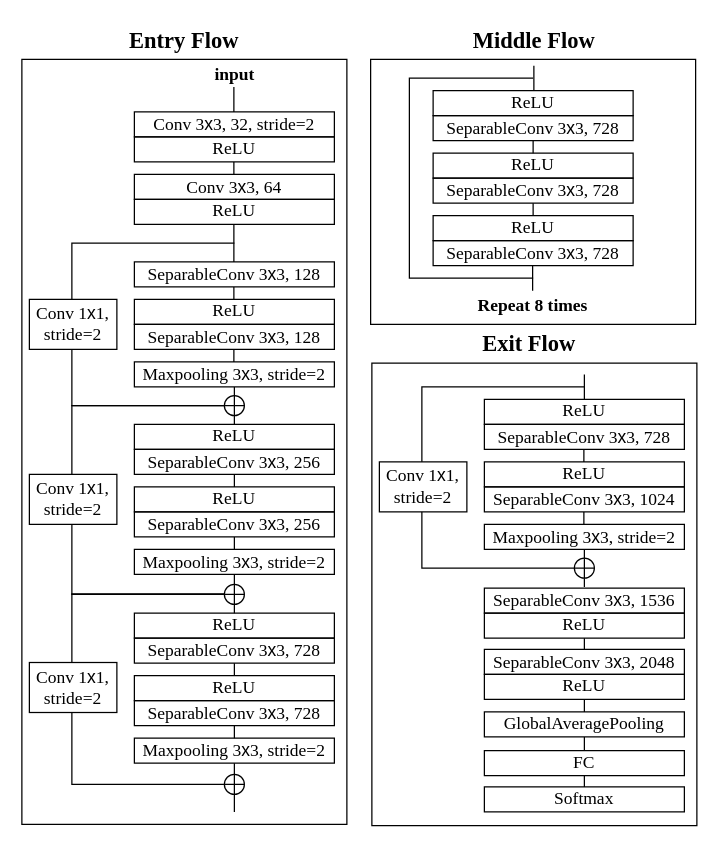
Earlier version of the draw.io diagram page "第 1 页" (1 of 4) of Xception.drawio (hcxisme/pyeege). Source tidied: cells renumbered, new cells numbered last; positions are measured from the earlier drawing's top-left corner, leaving out a move shared by most shapes. Both pictures are drawn from the tidied source at 125%, with x=0, y=0 at pixel (21, 21).
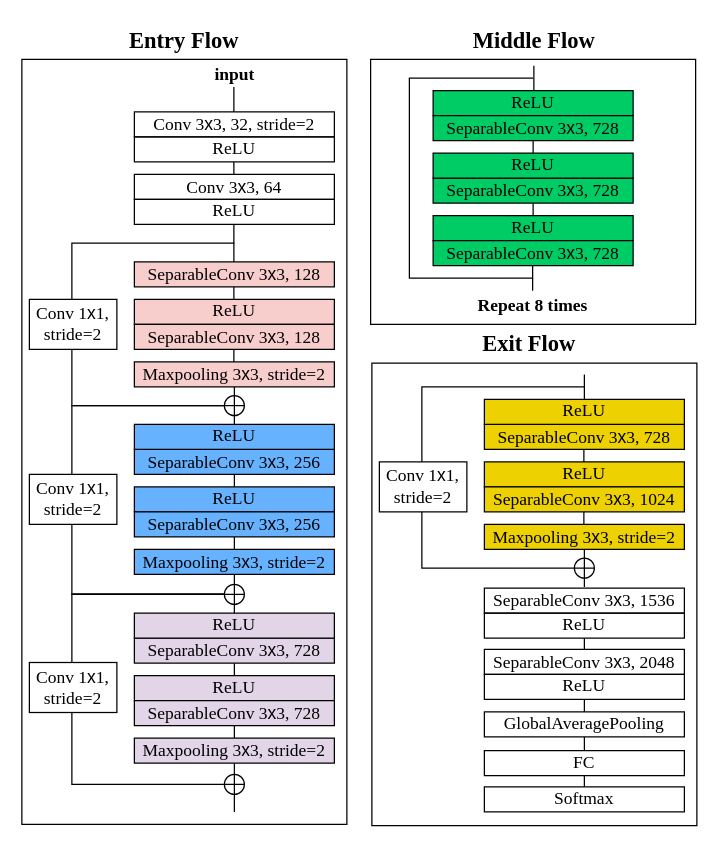
Above is the later version.

Diff of the diagram source:
```diff
@@
-    <mxCell id="7" value="&lt;font style=&quot;font-size: 14px;&quot;&gt;&lt;font face=&quot;Times New Roman&quot;&gt;SeparableConv 3&lt;/font&gt;x&lt;font face=&quot;Times New Roman&quot;&gt;3, 128&lt;/font&gt;&lt;/font&gt;" style="rounded=0;whiteSpace=wrap;html=1;fillColor=none;" parent="1" vertex="1">
+    <mxCell id="7" value="&lt;font style=&quot;font-size: 14px;&quot;&gt;&lt;font face=&quot;Times New Roman&quot;&gt;SeparableConv 3&lt;/font&gt;x&lt;font face=&quot;Times New Roman&quot;&gt;3, 128&lt;/font&gt;&lt;/font&gt;" style="rounded=0;whiteSpace=wrap;html=1;fillColor=#f8cecc;strokeColor=default;" parent="1" vertex="1">
       <mxGeometry x="90" y="192" width="160" height="20" as="geometry" />
     </mxCell>
-    <mxCell id="8" value="&lt;font face=&quot;Times New Roman&quot;&gt;&lt;span style=&quot;font-size: 14px;&quot;&gt;ReLU&lt;/span&gt;&lt;/font&gt;" style="rounded=0;whiteSpace=wrap;html=1;fillColor=none;" parent="1" vertex="1">
+    <mxCell id="8" value="&lt;font face=&quot;Times New Roman&quot;&gt;&lt;span style=&quot;font-size: 14px;&quot;&gt;ReLU&lt;/span&gt;&lt;/font&gt;" style="rounded=0;whiteSpace=wrap;html=1;fillColor=#f8cecc;strokeColor=default;" parent="1" vertex="1">
       <mxGeometry x="90" y="222" width="160" height="20" as="geometry" />
     </mxCell>
-    <mxCell id="9" value="&lt;font style=&quot;font-size: 14px;&quot;&gt;&lt;font face=&quot;Times New Roman&quot;&gt;SeparableConv 3&lt;/font&gt;x&lt;font face=&quot;Times New Roman&quot;&gt;3, 128&lt;/font&gt;&lt;/font&gt;" style="rounded=0;whiteSpace=wrap;html=1;fillColor=none;" parent="1" vertex="1">
+    <mxCell id="9" value="&lt;font style=&quot;font-size: 14px;&quot;&gt;&lt;font face=&quot;Times New Roman&quot;&gt;SeparableConv 3&lt;/font&gt;x&lt;font face=&quot;Times New Roman&quot;&gt;3, 128&lt;/font&gt;&lt;/font&gt;" style="rounded=0;whiteSpace=wrap;html=1;fillColor=#f8cecc;strokeColor=default;" parent="1" vertex="1">
       <mxGeometry x="90" y="242" width="160" height="20" as="geometry" />
     </mxCell>
@@
-    <mxCell id="11" value="&lt;font style=&quot;font-size: 14px;&quot;&gt;&lt;font face=&quot;Times New Roman&quot;&gt;Maxpooling&amp;nbsp;&lt;/font&gt;&lt;font style=&quot;border-color: var(--border-color);&quot; face=&quot;Times New Roman&quot;&gt;3&lt;/font&gt;&lt;font style=&quot;border-color: var(--border-color);&quot;&gt;x&lt;/font&gt;&lt;font style=&quot;border-color: var(--border-color);&quot; face=&quot;Times New Roman&quot;&gt;3&lt;/font&gt;&lt;font face=&quot;Times New Roman&quot;&gt;, stride=2&lt;/font&gt;&lt;/font&gt;" style="rounded=0;whiteSpace=wrap;html=1;fillColor=none;" parent="1" vertex="1">
+    <mxCell id="11" value="&lt;font style=&quot;font-size: 14px;&quot;&gt;&lt;font face=&quot;Times New Roman&quot;&gt;Maxpooling&amp;nbsp;&lt;/font&gt;&lt;font style=&quot;border-color: var(--border-color);&quot; face=&quot;Times New Roman&quot;&gt;3&lt;/font&gt;&lt;font style=&quot;border-color: var(--border-color);&quot;&gt;x&lt;/font&gt;&lt;font style=&quot;border-color: var(--border-color);&quot; face=&quot;Times New Roman&quot;&gt;3&lt;/font&gt;&lt;font face=&quot;Times New Roman&quot;&gt;, stride=2&lt;/font&gt;&lt;/font&gt;" style="rounded=0;whiteSpace=wrap;html=1;fillColor=#f8cecc;strokeColor=default;" parent="1" vertex="1">
       <mxGeometry x="90" y="272" width="160" height="20" as="geometry" />
     </mxCell>
@@
-    <mxCell id="13" value="&lt;font style=&quot;font-size: 14px;&quot;&gt;&lt;font face=&quot;Times New Roman&quot;&gt;SeparableConv 3&lt;/font&gt;x&lt;font face=&quot;Times New Roman&quot;&gt;3, 256&lt;/font&gt;&lt;/font&gt;" style="rounded=0;whiteSpace=wrap;html=1;fillColor=none;" parent="1" vertex="1">
+    <mxCell id="13" value="&lt;font style=&quot;font-size: 14px;&quot;&gt;&lt;font face=&quot;Times New Roman&quot;&gt;SeparableConv 3&lt;/font&gt;x&lt;font face=&quot;Times New Roman&quot;&gt;3, 256&lt;/font&gt;&lt;/font&gt;" style="rounded=0;whiteSpace=wrap;html=1;fillColor=#66B2FF;" parent="1" vertex="1">
       <mxGeometry x="90" y="342" width="160" height="20" as="geometry" />
     </mxCell>
-    <mxCell id="14" value="&lt;font face=&quot;Times New Roman&quot;&gt;&lt;span style=&quot;font-size: 14px;&quot;&gt;ReLU&lt;/span&gt;&lt;/font&gt;" style="rounded=0;whiteSpace=wrap;html=1;fillColor=none;" parent="1" vertex="1">
+    <mxCell id="14" value="&lt;font face=&quot;Times New Roman&quot;&gt;&lt;span style=&quot;font-size: 14px;&quot;&gt;ReLU&lt;/span&gt;&lt;/font&gt;" style="rounded=0;whiteSpace=wrap;html=1;fillColor=#66B2FF;" parent="1" vertex="1">
       <mxGeometry x="90" y="372" width="160" height="20" as="geometry" />
     </mxCell>
@@
-    <mxCell id="16" value="&lt;font style=&quot;font-size: 14px;&quot;&gt;&lt;font face=&quot;Times New Roman&quot;&gt;SeparableConv 3&lt;/font&gt;x&lt;font face=&quot;Times New Roman&quot;&gt;3, 256&lt;/font&gt;&lt;/font&gt;" style="rounded=0;whiteSpace=wrap;html=1;fillColor=none;" parent="1" vertex="1">
+    <mxCell id="16" value="&lt;font style=&quot;font-size: 14px;&quot;&gt;&lt;font face=&quot;Times New Roman&quot;&gt;SeparableConv 3&lt;/font&gt;x&lt;font face=&quot;Times New Roman&quot;&gt;3, 256&lt;/font&gt;&lt;/font&gt;" style="rounded=0;whiteSpace=wrap;html=1;fillColor=#66B2FF;" parent="1" vertex="1">
       <mxGeometry x="90" y="392" width="160" height="20" as="geometry" />
     </mxCell>
@@
-    <mxCell id="18" value="&lt;font style=&quot;font-size: 14px;&quot;&gt;&lt;font face=&quot;Times New Roman&quot;&gt;Maxpooling&amp;nbsp;&lt;/font&gt;&lt;font style=&quot;border-color: var(--border-color);&quot; face=&quot;Times New Roman&quot;&gt;3&lt;/font&gt;&lt;font style=&quot;border-color: var(--border-color);&quot;&gt;x&lt;/font&gt;&lt;font style=&quot;border-color: var(--border-color);&quot; face=&quot;Times New Roman&quot;&gt;3&lt;/font&gt;&lt;font face=&quot;Times New Roman&quot;&gt;, stride=2&lt;/font&gt;&lt;/font&gt;" style="rounded=0;whiteSpace=wrap;html=1;fillColor=none;" parent="1" vertex="1">
+    <mxCell id="18" value="&lt;font style=&quot;font-size: 14px;&quot;&gt;&lt;font face=&quot;Times New Roman&quot;&gt;Maxpooling&amp;nbsp;&lt;/font&gt;&lt;font style=&quot;border-color: var(--border-color);&quot; face=&quot;Times New Roman&quot;&gt;3&lt;/font&gt;&lt;font style=&quot;border-color: var(--border-color);&quot;&gt;x&lt;/font&gt;&lt;font style=&quot;border-color: var(--border-color);&quot; face=&quot;Times New Roman&quot;&gt;3&lt;/font&gt;&lt;font face=&quot;Times New Roman&quot;&gt;, stride=2&lt;/font&gt;&lt;/font&gt;" style="rounded=0;whiteSpace=wrap;html=1;fillColor=#66B2FF;" parent="1" vertex="1">
       <mxGeometry x="90" y="422" width="160" height="20" as="geometry" />
     </mxCell>
-    <mxCell id="19" value="&lt;font face=&quot;Times New Roman&quot;&gt;&lt;span style=&quot;font-size: 14px;&quot;&gt;ReLU&lt;/span&gt;&lt;/font&gt;" style="rounded=0;whiteSpace=wrap;html=1;fillColor=none;" parent="1" vertex="1">
+    <mxCell id="19" value="&lt;font face=&quot;Times New Roman&quot;&gt;&lt;span style=&quot;font-size: 14px;&quot;&gt;ReLU&lt;/span&gt;&lt;/font&gt;" style="rounded=0;whiteSpace=wrap;html=1;fillColor=#66B2FF;strokeColor=default;" parent="1" vertex="1">
       <mxGeometry x="90" y="322" width="160" height="20" as="geometry" />
     </mxCell>
@@
-    <mxCell id="28" value="&lt;font style=&quot;font-size: 14px;&quot;&gt;&lt;font face=&quot;Times New Roman&quot;&gt;SeparableConv 3&lt;/font&gt;x&lt;font face=&quot;Times New Roman&quot;&gt;3, 728&lt;/font&gt;&lt;/font&gt;" style="rounded=0;whiteSpace=wrap;html=1;fillColor=none;" parent="1" vertex="1">
+    <mxCell id="28" value="&lt;font style=&quot;font-size: 14px;&quot;&gt;&lt;font face=&quot;Times New Roman&quot;&gt;SeparableConv 3&lt;/font&gt;x&lt;font face=&quot;Times New Roman&quot;&gt;3, 728&lt;/font&gt;&lt;/font&gt;" style="rounded=0;whiteSpace=wrap;html=1;fillColor=#e1d5e7;strokeColor=default;" parent="1" vertex="1">
       <mxGeometry x="90" y="493" width="160" height="20" as="geometry" />
     </mxCell>
-    <mxCell id="29" value="&lt;font face=&quot;Times New Roman&quot;&gt;&lt;span style=&quot;font-size: 14px;&quot;&gt;ReLU&lt;/span&gt;&lt;/font&gt;" style="rounded=0;whiteSpace=wrap;html=1;fillColor=none;" parent="1" vertex="1">
+    <mxCell id="29" value="&lt;font face=&quot;Times New Roman&quot;&gt;&lt;span style=&quot;font-size: 14px;&quot;&gt;ReLU&lt;/span&gt;&lt;/font&gt;" style="rounded=0;whiteSpace=wrap;html=1;fillColor=#e1d5e7;strokeColor=default;" parent="1" vertex="1">
       <mxGeometry x="90" y="523" width="160" height="20" as="geometry" />
     </mxCell>
@@
-    <mxCell id="31" value="&lt;font style=&quot;font-size: 14px;&quot;&gt;&lt;font face=&quot;Times New Roman&quot;&gt;SeparableConv 3&lt;/font&gt;x&lt;font face=&quot;Times New Roman&quot;&gt;3, 728&lt;/font&gt;&lt;/font&gt;" style="rounded=0;whiteSpace=wrap;html=1;fillColor=none;" parent="1" vertex="1">
+    <mxCell id="31" value="&lt;font style=&quot;font-size: 14px;&quot;&gt;&lt;font face=&quot;Times New Roman&quot;&gt;SeparableConv 3&lt;/font&gt;x&lt;font face=&quot;Times New Roman&quot;&gt;3, 728&lt;/font&gt;&lt;/font&gt;" style="rounded=0;whiteSpace=wrap;html=1;fillColor=#e1d5e7;strokeColor=default;" parent="1" vertex="1">
       <mxGeometry x="90" y="543" width="160" height="20" as="geometry" />
     </mxCell>
@@
-    <mxCell id="33" value="&lt;font style=&quot;font-size: 14px;&quot;&gt;&lt;font face=&quot;Times New Roman&quot;&gt;Maxpooling&amp;nbsp;&lt;/font&gt;&lt;font style=&quot;border-color: var(--border-color);&quot; face=&quot;Times New Roman&quot;&gt;3&lt;/font&gt;&lt;font style=&quot;border-color: var(--border-color);&quot;&gt;x&lt;/font&gt;&lt;font style=&quot;border-color: var(--border-color);&quot; face=&quot;Times New Roman&quot;&gt;3&lt;/font&gt;&lt;font face=&quot;Times New Roman&quot;&gt;, stride=2&lt;/font&gt;&lt;/font&gt;" style="rounded=0;whiteSpace=wrap;html=1;fillColor=none;" parent="1" vertex="1">
+    <mxCell id="33" value="&lt;font style=&quot;font-size: 14px;&quot;&gt;&lt;font face=&quot;Times New Roman&quot;&gt;Maxpooling&amp;nbsp;&lt;/font&gt;&lt;font style=&quot;border-color: var(--border-color);&quot; face=&quot;Times New Roman&quot;&gt;3&lt;/font&gt;&lt;font style=&quot;border-color: var(--border-color);&quot;&gt;x&lt;/font&gt;&lt;font style=&quot;border-color: var(--border-color);&quot; face=&quot;Times New Roman&quot;&gt;3&lt;/font&gt;&lt;font face=&quot;Times New Roman&quot;&gt;, stride=2&lt;/font&gt;&lt;/font&gt;" style="rounded=0;whiteSpace=wrap;html=1;fillColor=#e1d5e7;strokeColor=default;" parent="1" vertex="1">
       <mxGeometry x="90" y="573" width="160" height="20" as="geometry" />
     </mxCell>
-    <mxCell id="34" value="&lt;font face=&quot;Times New Roman&quot;&gt;&lt;span style=&quot;font-size: 14px;&quot;&gt;ReLU&lt;/span&gt;&lt;/font&gt;" style="rounded=0;whiteSpace=wrap;html=1;fillColor=none;" parent="1" vertex="1">
+    <mxCell id="34" value="&lt;font face=&quot;Times New Roman&quot;&gt;&lt;span style=&quot;font-size: 14px;&quot;&gt;ReLU&lt;/span&gt;&lt;/font&gt;" style="rounded=0;whiteSpace=wrap;html=1;fillColor=#e1d5e7;strokeColor=default;" parent="1" vertex="1">
       <mxGeometry x="90" y="473" width="160" height="20" as="geometry" />
     </mxCell>
@@
-    <mxCell id="50" value="&lt;font face=&quot;Times New Roman&quot;&gt;&lt;span style=&quot;font-size: 14px;&quot;&gt;ReLU&lt;/span&gt;&lt;/font&gt;" style="rounded=0;whiteSpace=wrap;html=1;fillColor=none;" parent="1" vertex="1">
+    <mxCell id="50" value="&lt;font face=&quot;Times New Roman&quot;&gt;&lt;span style=&quot;font-size: 14px;&quot;&gt;ReLU&lt;/span&gt;&lt;/font&gt;" style="rounded=0;whiteSpace=wrap;html=1;fillColor=#00CC66;strokeColor=default;" parent="1" vertex="1">
       <mxGeometry x="329" y="55" width="160" height="20" as="geometry" />
     </mxCell>
@@
-    <mxCell id="52" value="&lt;font style=&quot;font-size: 14px;&quot;&gt;&lt;font face=&quot;Times New Roman&quot;&gt;SeparableConv 3&lt;/font&gt;x&lt;font face=&quot;Times New Roman&quot;&gt;3, 728&lt;/font&gt;&lt;/font&gt;" style="rounded=0;whiteSpace=wrap;html=1;fillColor=none;" parent="1" vertex="1">
+    <mxCell id="52" value="&lt;font style=&quot;font-size: 14px;&quot;&gt;&lt;font face=&quot;Times New Roman&quot;&gt;SeparableConv 3&lt;/font&gt;x&lt;font face=&quot;Times New Roman&quot;&gt;3, 728&lt;/font&gt;&lt;/font&gt;" style="rounded=0;whiteSpace=wrap;html=1;fillColor=#00CC66;" parent="1" vertex="1">
       <mxGeometry x="329" y="75" width="160" height="20" as="geometry" />
     </mxCell>
@@
-    <mxCell id="54" value="&lt;font style=&quot;font-size: 14px;&quot;&gt;&lt;font face=&quot;Times New Roman&quot;&gt;SeparableConv 3&lt;/font&gt;x&lt;font face=&quot;Times New Roman&quot;&gt;3, 728&lt;/font&gt;&lt;/font&gt;" style="rounded=0;whiteSpace=wrap;html=1;fillColor=none;" parent="1" vertex="1">
+    <mxCell id="54" value="&lt;font style=&quot;font-size: 14px;&quot;&gt;&lt;font face=&quot;Times New Roman&quot;&gt;SeparableConv 3&lt;/font&gt;x&lt;font face=&quot;Times New Roman&quot;&gt;3, 728&lt;/font&gt;&lt;/font&gt;" style="rounded=0;whiteSpace=wrap;html=1;fillColor=#00CC66;" parent="1" vertex="1">
       <mxGeometry x="329" y="125" width="160" height="20" as="geometry" />
     </mxCell>
-    <mxCell id="55" value="&lt;font face=&quot;Times New Roman&quot;&gt;&lt;span style=&quot;font-size: 14px;&quot;&gt;ReLU&lt;/span&gt;&lt;/font&gt;" style="rounded=0;whiteSpace=wrap;html=1;fillColor=none;" parent="1" vertex="1">
+    <mxCell id="55" value="&lt;font face=&quot;Times New Roman&quot;&gt;&lt;span style=&quot;font-size: 14px;&quot;&gt;ReLU&lt;/span&gt;&lt;/font&gt;" style="rounded=0;whiteSpace=wrap;html=1;fillColor=#00CC66;" parent="1" vertex="1">
       <mxGeometry x="329" y="155" width="160" height="20" as="geometry" />
     </mxCell>
-    <mxCell id="56" value="&lt;font style=&quot;font-size: 14px;&quot;&gt;&lt;font face=&quot;Times New Roman&quot;&gt;SeparableConv 3&lt;/font&gt;x&lt;font face=&quot;Times New Roman&quot;&gt;3, 728&lt;/font&gt;&lt;/font&gt;" style="rounded=0;whiteSpace=wrap;html=1;fillColor=none;" parent="1" vertex="1">
+    <mxCell id="56" value="&lt;font style=&quot;font-size: 14px;&quot;&gt;&lt;font face=&quot;Times New Roman&quot;&gt;SeparableConv 3&lt;/font&gt;x&lt;font face=&quot;Times New Roman&quot;&gt;3, 728&lt;/font&gt;&lt;/font&gt;" style="rounded=0;whiteSpace=wrap;html=1;fillColor=#00CC66;" parent="1" vertex="1">
       <mxGeometry x="329" y="175" width="160" height="20" as="geometry" />
     </mxCell>
-    <mxCell id="57" value="&lt;font face=&quot;Times New Roman&quot;&gt;&lt;span style=&quot;font-size: 14px;&quot;&gt;ReLU&lt;/span&gt;&lt;/font&gt;" style="rounded=0;whiteSpace=wrap;html=1;fillColor=none;" parent="1" vertex="1">
+    <mxCell id="57" value="&lt;font face=&quot;Times New Roman&quot;&gt;&lt;span style=&quot;font-size: 14px;&quot;&gt;ReLU&lt;/span&gt;&lt;/font&gt;" style="rounded=0;whiteSpace=wrap;html=1;fillColor=#00CC66;" parent="1" vertex="1">
       <mxGeometry x="329" y="105" width="160" height="20" as="geometry" />
     </mxCell>
@@
-    <mxCell id="61" value="&lt;font style=&quot;font-size: 14px;&quot;&gt;&lt;font face=&quot;Times New Roman&quot;&gt;SeparableConv 3&lt;/font&gt;x&lt;font face=&quot;Times New Roman&quot;&gt;3, 728&lt;/font&gt;&lt;/font&gt;" style="rounded=0;whiteSpace=wrap;html=1;fillColor=none;" parent="1" vertex="1">
+    <mxCell id="61" value="&lt;font style=&quot;font-size: 14px;&quot;&gt;&lt;font face=&quot;Times New Roman&quot;&gt;SeparableConv 3&lt;/font&gt;x&lt;font face=&quot;Times New Roman&quot;&gt;3, 728&lt;/font&gt;&lt;/font&gt;" style="rounded=0;whiteSpace=wrap;html=1;fillColor=#EDD100;strokeColor=#000000;" parent="1" vertex="1">
       <mxGeometry x="370" y="322" width="160" height="20" as="geometry" />
     </mxCell>
-    <mxCell id="62" value="&lt;font face=&quot;Times New Roman&quot;&gt;&lt;span style=&quot;font-size: 14px;&quot;&gt;ReLU&lt;/span&gt;&lt;/font&gt;" style="rounded=0;whiteSpace=wrap;html=1;fillColor=none;" parent="1" vertex="1">
+    <mxCell id="62" value="&lt;font face=&quot;Times New Roman&quot;&gt;&lt;span style=&quot;font-size: 14px;&quot;&gt;ReLU&lt;/span&gt;&lt;/font&gt;" style="rounded=0;whiteSpace=wrap;html=1;fillColor=#EDD100;" parent="1" vertex="1">
       <mxGeometry x="370" y="352" width="160" height="20" as="geometry" />
     </mxCell>
-    <mxCell id="63" value="&lt;font style=&quot;font-size: 14px;&quot;&gt;&lt;font face=&quot;Times New Roman&quot;&gt;SeparableConv 3&lt;/font&gt;x&lt;font face=&quot;Times New Roman&quot;&gt;3, 1024&lt;/font&gt;&lt;/font&gt;" style="rounded=0;whiteSpace=wrap;html=1;fillColor=none;" parent="1" vertex="1">
+    <mxCell id="63" value="&lt;font style=&quot;font-size: 14px;&quot;&gt;&lt;font face=&quot;Times New Roman&quot;&gt;SeparableConv 3&lt;/font&gt;x&lt;font face=&quot;Times New Roman&quot;&gt;3, 1024&lt;/font&gt;&lt;/font&gt;" style="rounded=0;whiteSpace=wrap;html=1;fillColor=#EDD100;" parent="1" vertex="1">
       <mxGeometry x="370" y="372" width="160" height="20" as="geometry" />
     </mxCell>
@@
-    <mxCell id="65" value="&lt;font style=&quot;font-size: 14px;&quot;&gt;&lt;font face=&quot;Times New Roman&quot;&gt;Maxpooling&amp;nbsp;&lt;/font&gt;&lt;font style=&quot;border-color: var(--border-color);&quot; face=&quot;Times New Roman&quot;&gt;3&lt;/font&gt;&lt;font style=&quot;border-color: var(--border-color);&quot;&gt;x&lt;/font&gt;&lt;font style=&quot;border-color: var(--border-color);&quot; face=&quot;Times New Roman&quot;&gt;3&lt;/font&gt;&lt;font face=&quot;Times New Roman&quot;&gt;, stride=2&lt;/font&gt;&lt;/font&gt;" style="rounded=0;whiteSpace=wrap;html=1;fillColor=none;" parent="1" vertex="1">
+    <mxCell id="65" value="&lt;font style=&quot;font-size: 14px;&quot;&gt;&lt;font face=&quot;Times New Roman&quot;&gt;Maxpooling&amp;nbsp;&lt;/font&gt;&lt;font style=&quot;border-color: var(--border-color);&quot; face=&quot;Times New Roman&quot;&gt;3&lt;/font&gt;&lt;font style=&quot;border-color: var(--border-color);&quot;&gt;x&lt;/font&gt;&lt;font style=&quot;border-color: var(--border-color);&quot; face=&quot;Times New Roman&quot;&gt;3&lt;/font&gt;&lt;font face=&quot;Times New Roman&quot;&gt;, stride=2&lt;/font&gt;&lt;/font&gt;" style="rounded=0;whiteSpace=wrap;html=1;fillColor=#EDD100;" parent="1" vertex="1">
       <mxGeometry x="370" y="402" width="160" height="20" as="geometry" />
     </mxCell>
@@
-    <mxCell id="80" value="&lt;font face=&quot;Times New Roman&quot;&gt;&lt;span style=&quot;font-size: 14px;&quot;&gt;ReLU&lt;/span&gt;&lt;/font&gt;" style="rounded=0;whiteSpace=wrap;html=1;fillColor=none;" parent="1" vertex="1">
+    <mxCell id="80" value="&lt;font face=&quot;Times New Roman&quot;&gt;&lt;span style=&quot;font-size: 14px;&quot;&gt;ReLU&lt;/span&gt;&lt;/font&gt;" style="rounded=0;whiteSpace=wrap;html=1;fillColor=#EDD100;strokeColor=default;fontColor=#000000;" parent="1" vertex="1">
       <mxGeometry x="370" y="302" width="160" height="20" as="geometry" />
     </mxCell>
```
